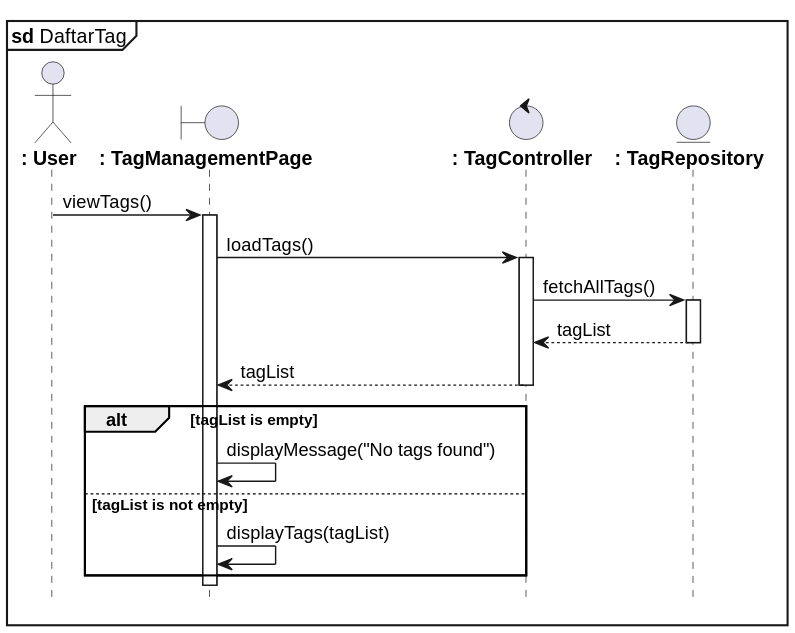
The PlantUML diagram out/daftar_tag.svg in azrappp/learning_uml2.0_pmul, before a commit.
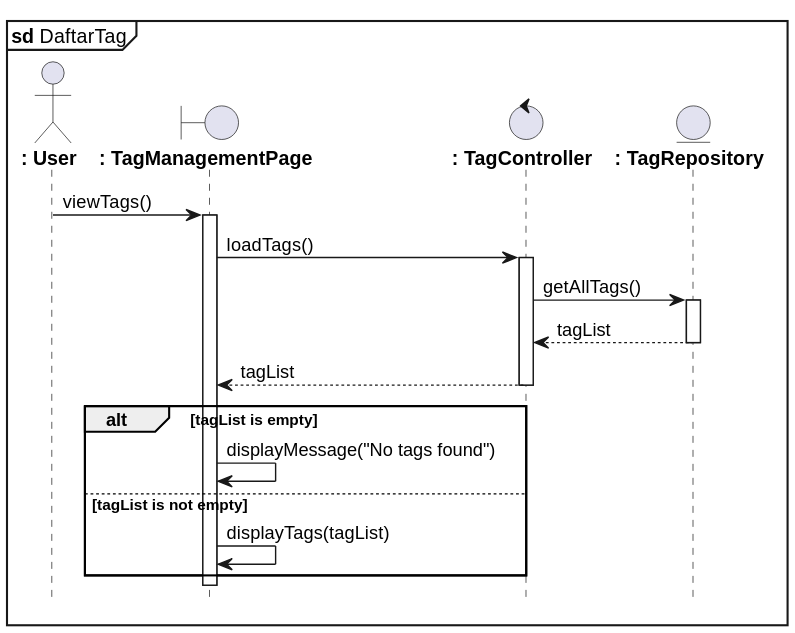
The same file after the commit.

Change to the diagram source:
```diff
@@ -13,7 +13,7 @@
 TagManagementPage -> TagController : loadTags()
 activate TagController
 
-TagController -> TagRepository : fetchAllTags()
+TagController -> TagRepository : getAllTags()
 activate TagRepository
 
 TagRepository --> TagController : tagList
```
